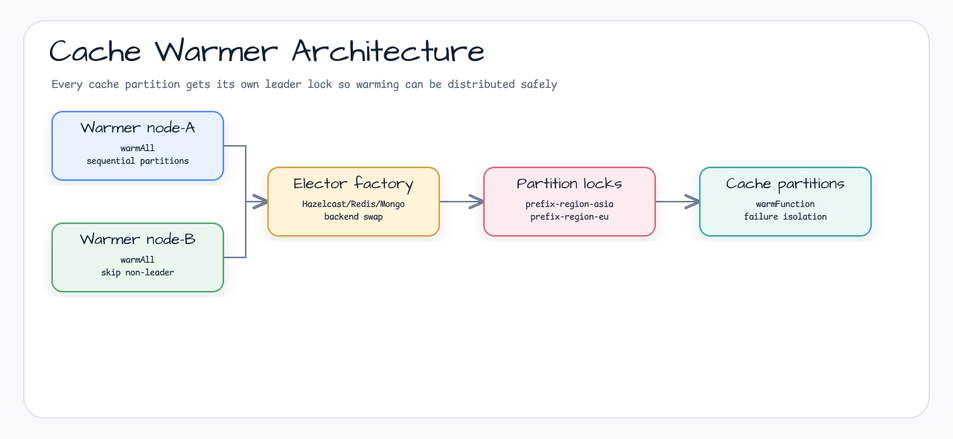
bluetape4k/bluetape4k-leader keeps this Graphviz diagram as docs/images/readme-diagrams/examples-cache-warmer-architecture-01.png. Above is the earlier version. Its source is kept beside it as docs/images/readme-diagrams/examples-cache-warmer-architecture-01.dot.
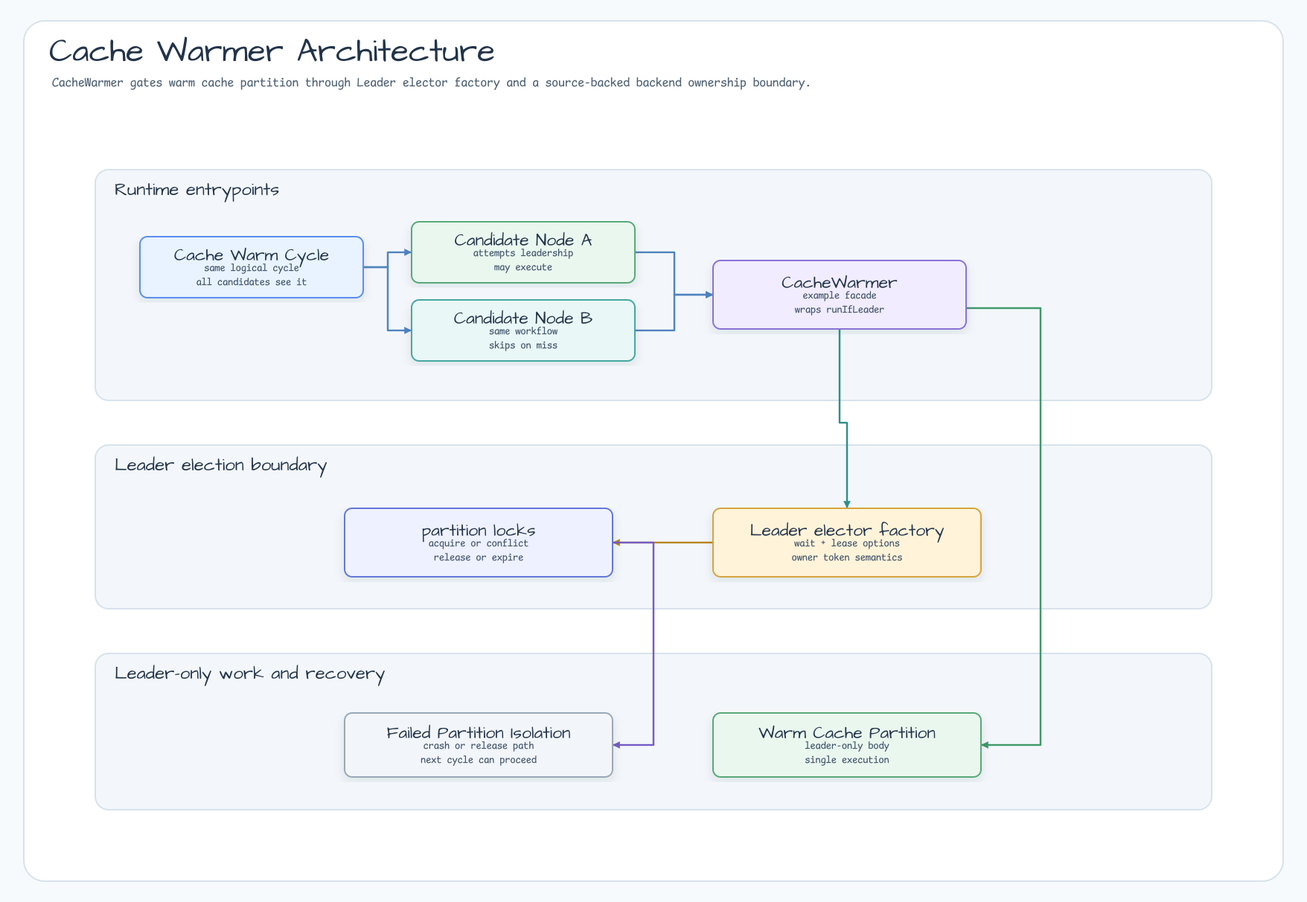
The same file after the commit.

The edit, as a diff of the source:
```diff
@@ -1,30 +1,21 @@
 digraph "examples-cache-warmer-architecture-01" {
-  graph [layout=neato, rankdir=LR, splines=ortho, overlap=false, outputorder=edgesfirst, nodesep=0.55, ranksep=0.75, bgcolor="transparent", label="Cache Warmer Architecture", labelloc=t];
-  node [shape=box, style="rounded,filled", fontname="Architects Daughter", fontsize=18, margin="0.16,0.10"];
-  edge [color="#758297", penwidth=1.8, arrowsize=0.8, fontname="Comic Mono", fontsize=10];
-  n0 [label="Warmer node-A", fillcolor="#ffffff", color="#5B8DEF", width=3.19, height=1.28, pos="185.00,504.00!"];
-  n1 [label="Warmer node-B", fillcolor="#ffffff", color="#58A978", width=3.19, height=1.28, pos="185.00,354.00!"];
-  n2 [label="Elector factory", fillcolor="#ffffff", color="#D6A441", width=3.19, height=1.28, pos="475.00,429.00!"];
-  n3 [label="Partition locks", fillcolor="#ffffff", color="#DC6B82", width=3.19, height=1.28, pos="765.00,429.00!"];
-  n4 [label="Cache partitions", fillcolor="#ffffff", color="#45A7A1", width=3.19, height=1.28, pos="1055.00,429.00!"];
-  r1p1 [label="", shape=point, width=0.03, height=0.03, fixedsize=true, style=invis, pos="330.00,504.00!"];
-  r1p2 [label="", shape=point, width=0.03, height=0.03, fixedsize=true, style=invis, pos="330.00,429.00!"];
-  n0 -> r1p1 [arrowhead=none];
-  r1p1 -> r1p2 [arrowhead=none];
-  r1p2 -> n2 [];
-  r2p1 [label="", shape=point, width=0.03, height=0.03, fixedsize=true, style=invis, pos="330.00,354.00!"];
-  r2p2 [label="", shape=point, width=0.03, height=0.03, fixedsize=true, style=invis, pos="330.00,429.00!"];
-  n1 -> r2p1 [arrowhead=none];
-  r2p1 -> r2p2 [arrowhead=none];
-  r2p2 -> n2 [];
-  r3p1 [label="", shape=point, width=0.03, height=0.03, fixedsize=true, style=invis, pos="620.00,429.00!"];
-  r3p2 [label="", shape=point, width=0.03, height=0.03, fixedsize=true, style=invis, pos="620.00,429.00!"];
-  n2 -> r3p1 [arrowhead=none];
-  r3p1 -> r3p2 [arrowhead=none];
-  r3p2 -> n3 [];
-  r4p1 [label="", shape=point, width=0.03, height=0.03, fixedsize=true, style=invis, pos="910.00,429.00!"];
-  r4p2 [label="", shape=point, width=0.03, height=0.03, fixedsize=true, style=invis, pos="910.00,429.00!"];
-  n3 -> r4p1 [arrowhead=none];
-  r4p1 -> r4p2 [arrowhead=none];
-  r4p2 -> n4 [];
+  graph [rankdir=LR, bgcolor="transparent", splines=ortho, nodesep=0.65, ranksep=0.9];
+  node [shape=box, style="rounded,filled", fillcolor="#F8FAFC", color="#94A3B8", fontname="Comic Mono"];
+  edge [color="#758297", fontname="Comic Mono", fontsize=10];
+  "trigger" [label="Cache Warm Cycle"];
+  "nodeA" [label="Candidate Node A"];
+  "nodeB" [label="Candidate Node B"];
+  "coordinator" [label="CacheWarmer"];
+  "backend" [label="partition locks"];
+  "elector" [label="Leader elector factory"];
+  "recovery" [label="Failed Partition Isolation"];
+  "work" [label="Warm Cache Partition"];
+  "trigger" -> "nodeA" [label="call"];
+  "trigger" -> "nodeB" [label="call"];
+  "nodeA" -> "coordinator" [label="call"];
+  "nodeB" -> "coordinator" [label="call"];
+  "coordinator" -> "elector" [label="dependency"];
+  "elector" -> "backend" [label="contention"];
+  "coordinator" -> "work" [label="success"];
+  "backend" -> "recovery" [label="release"];
 }
```
